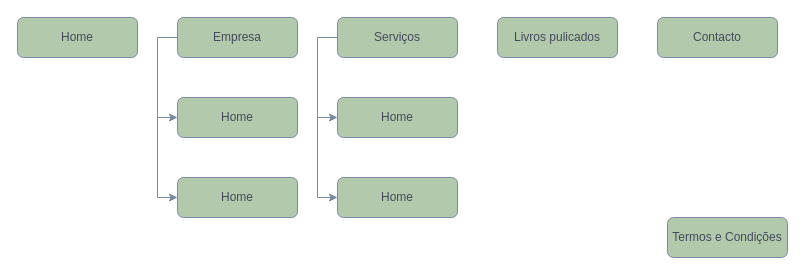
jonasnapoles/finalProject keeps this draw.io diagram as Untitled Diagram.drawio. Above is the earlier version. Source tidied: cells renumbered, new cells numbered last; positions are measured from the earlier drawing's top-left corner, leaving out a move shared by most shapes. Both pictures are drawn from the tidied source at 100%, with x=0, y=0 at pixel (17, 17).
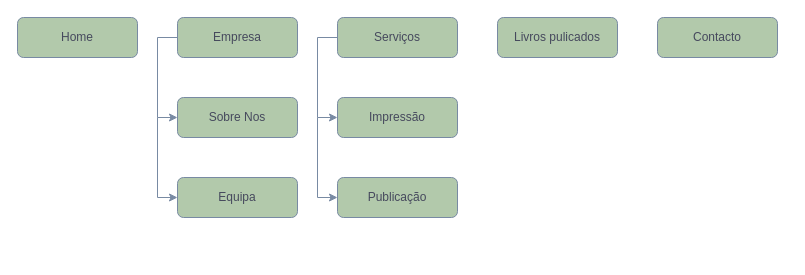
The same page after the edit.

Change to the diagram source:
```diff
@@
-    <mxCell id="7" value="Termos e Condições" style="rounded=1;whiteSpace=wrap;html=1;fillColor=#B2C9AB;strokeColor=#788AA3;fontColor=#46495D;" parent="1" vertex="1">
-      <mxGeometry x="650" y="200" width="120" height="40" as="geometry" />
-    </mxCell>
-    <mxCell id="8" value="Home" style="rounded=1;whiteSpace=wrap;html=1;fillColor=#B2C9AB;strokeColor=#788AA3;fontColor=#46495D;" parent="1" vertex="1">
+    <mxCell id="8" value="Sobre Nos" style="rounded=1;whiteSpace=wrap;html=1;fillColor=#B2C9AB;strokeColor=#788AA3;fontColor=#46495D;" parent="1" vertex="1">
       <mxGeometry x="160" y="80" width="120" height="40" as="geometry" />
     </mxCell>
-    <mxCell id="9" value="Home" style="rounded=1;whiteSpace=wrap;html=1;fillColor=#B2C9AB;strokeColor=#788AA3;fontColor=#46495D;" parent="1" vertex="1">
+    <mxCell id="9" value="Equipa" style="rounded=1;whiteSpace=wrap;html=1;fillColor=#B2C9AB;strokeColor=#788AA3;fontColor=#46495D;" parent="1" vertex="1">
       <mxGeometry x="160" y="160" width="120" height="40" as="geometry" />
     </mxCell>
-    <mxCell id="10" value="Home" style="rounded=1;whiteSpace=wrap;html=1;fillColor=#B2C9AB;strokeColor=#788AA3;fontColor=#46495D;" parent="1" vertex="1">
+    <mxCell id="10" value="Impressão" style="rounded=1;whiteSpace=wrap;html=1;fillColor=#B2C9AB;strokeColor=#788AA3;fontColor=#46495D;" parent="1" vertex="1">
       <mxGeometry x="320" y="80" width="120" height="40" as="geometry" />
     </mxCell>
-    <mxCell id="11" value="Home" style="rounded=1;whiteSpace=wrap;html=1;fillColor=#B2C9AB;strokeColor=#788AA3;fontColor=#46495D;" parent="1" vertex="1">
+    <mxCell id="11" value="Publicação" style="rounded=1;whiteSpace=wrap;html=1;fillColor=#B2C9AB;strokeColor=#788AA3;fontColor=#46495D;" parent="1" vertex="1">
       <mxGeometry x="320" y="160" width="120" height="40" as="geometry" />
     </mxCell>
```
